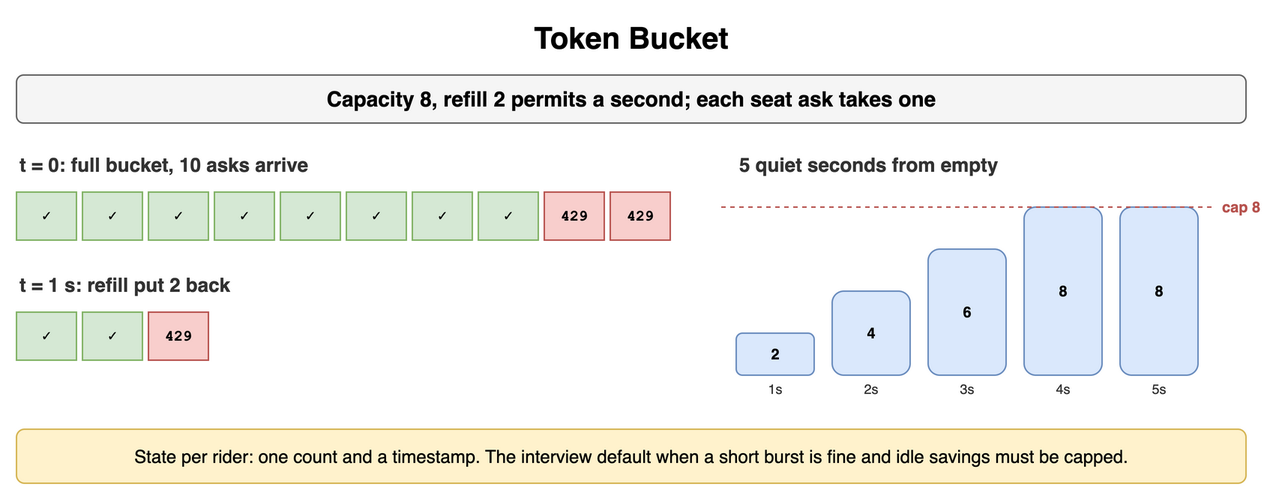
Above: content/09_System_Design_Interview/17_Rate_Limiting_and_Throttling/diagrams/rate-limiting-4-token-bucket.png in amendez13/swe-study-guide (draw.io), before the change. Source tidied: cells renumbered, new cells last; positions are measured from the earlier drawing's top-left corner, leaving out a move shared by most shapes. Source of this version:
```xml
<mxGraphModel>
  <root>
    <mxCell id="0" />
    <mxCell id="1" parent="0" />
    <mxCell id="2" value="Token Bucket" style="text;html=1;align=center;verticalAlign=middle;whiteSpace=wrap;fontSize=20;fontStyle=1;" parent="1" vertex="1">
      <mxGeometry width="820" height="30" as="geometry" />
    </mxCell>
    <mxCell id="3" value="Capacity 8, refill 2 permits a second; each seat ask takes one" style="rounded=1;whiteSpace=wrap;html=1;fillColor=#f5f5f5;strokeColor=#666666;fontStyle=1;fontSize=14;" parent="1" vertex="1">
      <mxGeometry y="40" width="820" height="32" as="geometry" />
    </mxCell>
    <mxCell id="4" value="t = 0: full bucket, 10 asks arrive" style="text;html=1;whiteSpace=wrap;fontSize=11;align=left;verticalAlign=middle;fontSize=13;fontColor=#333333;fontStyle=1;" parent="1" vertex="1">
      <mxGeometry y="90" width="400" height="20" as="geometry" />
    </mxCell>
    <mxCell id="5" value="✓" style="rounded=0;whiteSpace=wrap;html=1;fontFamily=Courier New;fontStyle=1;fontSize=13;fillColor=#d5e8d4;strokeColor=#82b366;fontSize=10;" parent="1" vertex="1">
      <mxGeometry y="118" width="40" height="32" as="geometry" />
    </mxCell>
    <mxCell id="6" value="✓" style="rounded=0;whiteSpace=wrap;html=1;fontFamily=Courier New;fontStyle=1;fontSize=13;fillColor=#d5e8d4;strokeColor=#82b366;fontSize=10;" parent="1" vertex="1">
      <mxGeometry x="44" y="118" width="40" height="32" as="geometry" />
    </mxCell>
    <mxCell id="7" value="✓" style="rounded=0;whiteSpace=wrap;html=1;fontFamily=Courier New;fontStyle=1;fontSize=13;fillColor=#d5e8d4;strokeColor=#82b366;fontSize=10;" parent="1" vertex="1">
      <mxGeometry x="88" y="118" width="40" height="32" as="geometry" />
    </mxCell>
    <mxCell id="8" value="✓" style="rounded=0;whiteSpace=wrap;html=1;fontFamily=Courier New;fontStyle=1;fontSize=13;fillColor=#d5e8d4;strokeColor=#82b366;fontSize=10;" parent="1" vertex="1">
      <mxGeometry x="132" y="118" width="40" height="32" as="geometry" />
    </mxCell>
    <mxCell id="9" value="✓" style="rounded=0;whiteSpace=wrap;html=1;fontFamily=Courier New;fontStyle=1;fontSize=13;fillColor=#d5e8d4;strokeColor=#82b366;fontSize=10;" parent="1" vertex="1">
      <mxGeometry x="176" y="118" width="40" height="32" as="geometry" />
    </mxCell>
    <mxCell id="10" value="✓" style="rounded=0;whiteSpace=wrap;html=1;fontFamily=Courier New;fontStyle=1;fontSize=13;fillColor=#d5e8d4;strokeColor=#82b366;fontSize=10;" parent="1" vertex="1">
      <mxGeometry x="220" y="118" width="40" height="32" as="geometry" />
    </mxCell>
    <mxCell id="11" value="✓" style="rounded=0;whiteSpace=wrap;html=1;fontFamily=Courier New;fontStyle=1;fontSize=13;fillColor=#d5e8d4;strokeColor=#82b366;fontSize=10;" parent="1" vertex="1">
      <mxGeometry x="264" y="118" width="40" height="32" as="geometry" />
    </mxCell>
    <mxCell id="12" value="✓" style="rounded=0;whiteSpace=wrap;html=1;fontFamily=Courier New;fontStyle=1;fontSize=13;fillColor=#d5e8d4;strokeColor=#82b366;fontSize=10;" parent="1" vertex="1">
      <mxGeometry x="308" y="118" width="40" height="32" as="geometry" />
    </mxCell>
    <mxCell id="13" value="429" style="rounded=0;whiteSpace=wrap;html=1;fontFamily=Courier New;fontStyle=1;fontSize=13;fillColor=#f8cecc;strokeColor=#b85450;fontSize=10;" parent="1" vertex="1">
      <mxGeometry x="352" y="118" width="40" height="32" as="geometry" />
    </mxCell>
    <mxCell id="14" value="429" style="rounded=0;whiteSpace=wrap;html=1;fontFamily=Courier New;fontStyle=1;fontSize=13;fillColor=#f8cecc;strokeColor=#b85450;fontSize=10;" parent="1" vertex="1">
      <mxGeometry x="396" y="118" width="40" height="32" as="geometry" />
    </mxCell>
    <mxCell id="15" value="t = 1 s: refill put 2 back" style="text;html=1;whiteSpace=wrap;fontSize=11;align=left;verticalAlign=middle;fontSize=13;fontColor=#333333;fontStyle=1;" parent="1" vertex="1">
      <mxGeometry y="170" width="400" height="20" as="geometry" />
    </mxCell>
    <mxCell id="16" value="✓" style="rounded=0;whiteSpace=wrap;html=1;fontFamily=Courier New;fontStyle=1;fontSize=13;fillColor=#d5e8d4;strokeColor=#82b366;fontSize=10;" parent="1" vertex="1">
      <mxGeometry y="198" width="40" height="32" as="geometry" />
    </mxCell>
    <mxCell id="17" value="✓" style="rounded=0;whiteSpace=wrap;html=1;fontFamily=Courier New;fontStyle=1;fontSize=13;fillColor=#d5e8d4;strokeColor=#82b366;fontSize=10;" parent="1" vertex="1">
      <mxGeometry x="44" y="198" width="40" height="32" as="geometry" />
    </mxCell>
    <mxCell id="18" value="429" style="rounded=0;whiteSpace=wrap;html=1;fontFamily=Courier New;fontStyle=1;fontSize=13;fillColor=#f8cecc;strokeColor=#b85450;fontSize=10;" parent="1" vertex="1">
      <mxGeometry x="88" y="198" width="40" height="32" as="geometry" />
    </mxCell>
    <mxCell id="19" value="5 quiet seconds from empty" style="text;html=1;whiteSpace=wrap;fontSize=11;align=left;verticalAlign=middle;fontSize=13;fontColor=#333333;fontStyle=1;" parent="1" vertex="1">
      <mxGeometry x="480" y="90" width="340" height="20" as="geometry" />
    </mxCell>
    <mxCell id="20" value="2" style="rounded=1;whiteSpace=wrap;html=1;fillColor=#dae8fc;strokeColor=#6c8ebf;fontSize=10;align=center;fontStyle=1;" parent="1" vertex="1">
      <mxGeometry x="480" y="212" width="52" height="28" as="geometry" />
    </mxCell>
    <mxCell id="21" value="1s" style="text;html=1;whiteSpace=wrap;fontSize=11;align=center;verticalAlign=middle;fontSize=9;fontColor=#333333;" parent="1" vertex="1">
      <mxGeometry x="480" y="242" width="52" height="14" as="geometry" />
    </mxCell>
    <mxCell id="22" value="4" style="rounded=1;whiteSpace=wrap;html=1;fillColor=#dae8fc;strokeColor=#6c8ebf;fontSize=10;align=center;fontStyle=1;" parent="1" vertex="1">
      <mxGeometry x="544" y="184" width="52" height="56" as="geometry" />
    </mxCell>
    <mxCell id="23" value="2s" style="text;html=1;whiteSpace=wrap;fontSize=11;align=center;verticalAlign=middle;fontSize=9;fontColor=#333333;" parent="1" vertex="1">
      <mxGeometry x="544" y="242" width="52" height="14" as="geometry" />
    </mxCell>
    <mxCell id="24" value="6" style="rounded=1;whiteSpace=wrap;html=1;fillColor=#dae8fc;strokeColor=#6c8ebf;fontSize=10;align=center;fontStyle=1;" parent="1" vertex="1">
      <mxGeometry x="608" y="156" width="52" height="84" as="geometry" />
    </mxCell>
    <mxCell id="25" value="3s" style="text;html=1;whiteSpace=wrap;fontSize=11;align=center;verticalAlign=middle;fontSize=9;fontColor=#333333;" parent="1" vertex="1">
      <mxGeometry x="608" y="242" width="52" height="14" as="geometry" />
    </mxCell>
    <mxCell id="26" value="8" style="rounded=1;whiteSpace=wrap;html=1;fillColor=#dae8fc;strokeColor=#6c8ebf;fontSize=10;align=center;fontStyle=1;" parent="1" vertex="1">
      <mxGeometry x="672" y="128" width="52" height="112" as="geometry" />
    </mxCell>
    <mxCell id="27" value="4s" style="text;html=1;whiteSpace=wrap;fontSize=11;align=center;verticalAlign=middle;fontSize=9;fontColor=#333333;" parent="1" vertex="1">
      <mxGeometry x="672" y="242" width="52" height="14" as="geometry" />
    </mxCell>
    <mxCell id="28" value="8" style="rounded=1;whiteSpace=wrap;html=1;fillColor=#dae8fc;strokeColor=#6c8ebf;fontSize=10;align=center;fontStyle=1;" parent="1" vertex="1">
      <mxGeometry x="736" y="128" width="52" height="112" as="geometry" />
    </mxCell>
    <mxCell id="29" value="5s" style="text;html=1;whiteSpace=wrap;fontSize=11;align=center;verticalAlign=middle;fontSize=9;fontColor=#333333;" parent="1" vertex="1">
      <mxGeometry x="736" y="242" width="52" height="14" as="geometry" />
    </mxCell>
    <mxCell id="30" style="endArrow=none;html=1;strokeColor=#b85450;dashed=1;" parent="1" edge="1">
      <mxGeometry relative="1" as="geometry">
        <mxPoint x="470" y="128" as="sourcePoint" />
        <mxPoint x="800" y="128" as="targetPoint" />
      </mxGeometry>
    </mxCell>
    <mxCell id="31" value="cap 8" style="text;html=1;whiteSpace=wrap;fontSize=11;align=left;verticalAlign=middle;fontSize=10;fontColor=#b85450;fontStyle=1;" parent="1" vertex="1">
      <mxGeometry x="802" y="120" width="40" height="16" as="geometry" />
    </mxCell>
    <mxCell id="32" value="State per rider: one count and a timestamp. The interview default when a short burst is fine and idle savings must be capped." style="rounded=1;whiteSpace=wrap;html=1;fillColor=#fff2cc;strokeColor=#d6b656;fontSize=12;align=center;" parent="1" vertex="1">
      <mxGeometry y="276" width="820" height="36" as="geometry" />
    </mxCell>
  </root>
</mxGraphModel>
```
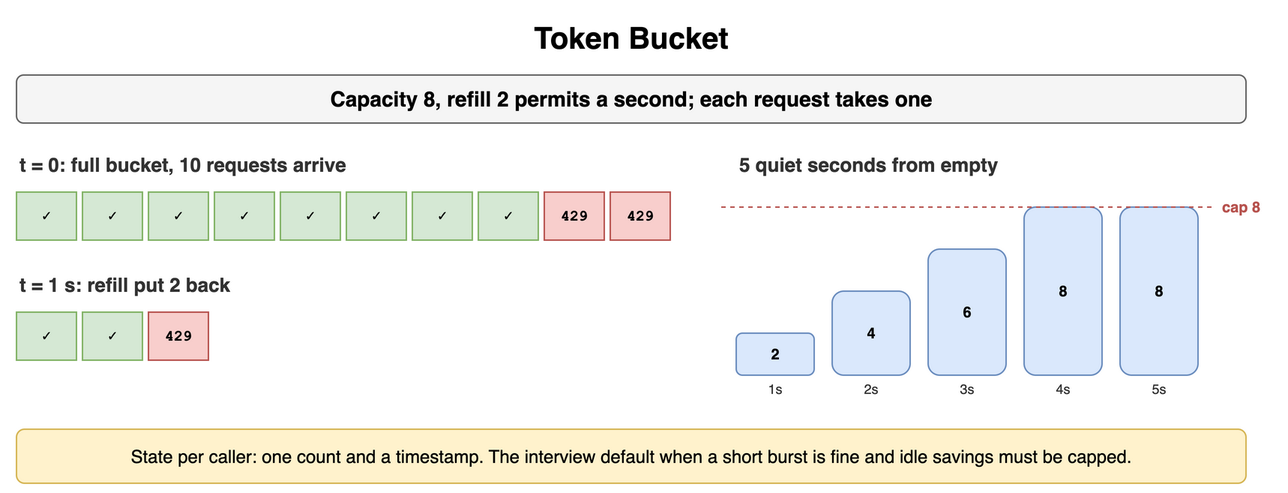
Later version of the same file.

Diff of the diagram source:
```diff
@@ -5,10 +5,10 @@
     <mxCell id="2" value="Token Bucket" style="text;html=1;align=center;verticalAlign=middle;whiteSpace=wrap;fontSize=20;fontStyle=1;" parent="1" vertex="1">
       <mxGeometry width="820" height="30" as="geometry" />
     </mxCell>
-    <mxCell id="3" value="Capacity 8, refill 2 permits a second; each seat ask takes one" style="rounded=1;whiteSpace=wrap;html=1;fillColor=#f5f5f5;strokeColor=#666666;fontStyle=1;fontSize=14;" parent="1" vertex="1">
+    <mxCell id="3" value="Capacity 8, refill 2 permits a second; each request takes one" style="rounded=1;whiteSpace=wrap;html=1;fillColor=#f5f5f5;strokeColor=#666666;fontStyle=1;fontSize=14;" parent="1" vertex="1">
       <mxGeometry y="40" width="820" height="32" as="geometry" />
     </mxCell>
-    <mxCell id="4" value="t = 0: full bucket, 10 asks arrive" style="text;html=1;whiteSpace=wrap;fontSize=11;align=left;verticalAlign=middle;fontSize=13;fontColor=#333333;fontStyle=1;" parent="1" vertex="1">
+    <mxCell id="4" value="t = 0: full bucket, 10 requests arrive" style="text;html=1;whiteSpace=wrap;fontSize=11;align=left;verticalAlign=middle;fontSize=13;fontColor=#333333;fontStyle=1;" parent="1" vertex="1">
       <mxGeometry y="90" width="400" height="20" as="geometry" />
     </mxCell>
     <mxCell id="5" value="✓" style="rounded=0;whiteSpace=wrap;html=1;fontFamily=Courier New;fontStyle=1;fontSize=13;fillColor=#d5e8d4;strokeColor=#82b366;fontSize=10;" parent="1" vertex="1">
@@ -95,7 +95,7 @@
     <mxCell id="31" value="cap 8" style="text;html=1;whiteSpace=wrap;fontSize=11;align=left;verticalAlign=middle;fontSize=10;fontColor=#b85450;fontStyle=1;" parent="1" vertex="1">
       <mxGeometry x="802" y="120" width="40" height="16" as="geometry" />
     </mxCell>
-    <mxCell id="32" value="State per rider: one count and a timestamp. The interview default when a short burst is fine and idle savings must be capped." style="rounded=1;whiteSpace=wrap;html=1;fillColor=#fff2cc;strokeColor=#d6b656;fontSize=12;align=center;" parent="1" vertex="1">
+    <mxCell id="32" value="State per caller: one count and a timestamp. The interview default when a short burst is fine and idle savings must be capped." style="rounded=1;whiteSpace=wrap;html=1;fillColor=#fff2cc;strokeColor=#d6b656;fontSize=12;align=center;" parent="1" vertex="1">
       <mxGeometry y="276" width="820" height="36" as="geometry" />
     </mxCell>
   </root>
```
